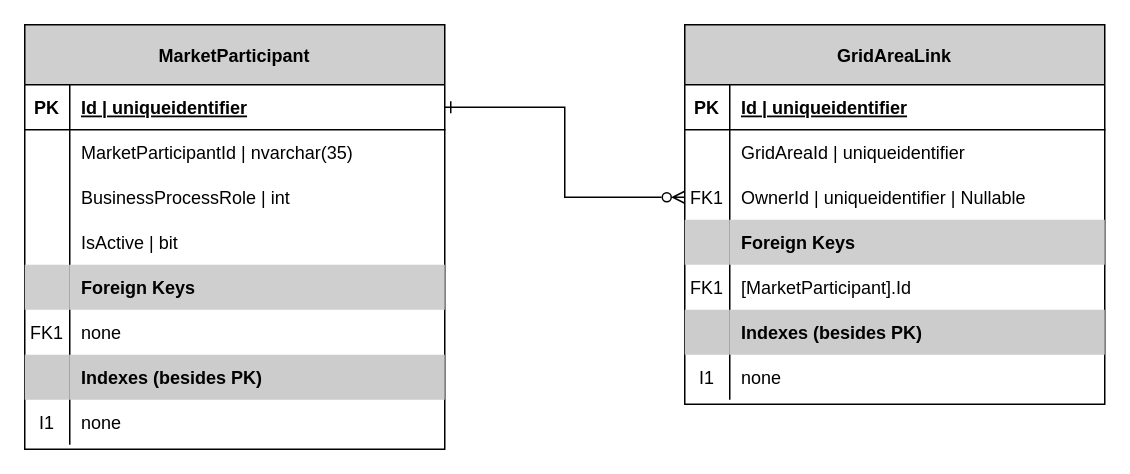
This is docs/data-models/MarketParticipant_GridAreaLink_DataModel.drawio from Energinet-DataHub/ARCHIVED-geh-charges, a draw.io file, before an edit. Source tidied: cells renumbered, new cells numbered last; positions are measured from the earlier drawing's top-left corner, leaving out a move shared by most shapes. Both pictures are drawn from the tidied source at 150%, with x=0, y=0 at pixel (24, 24).
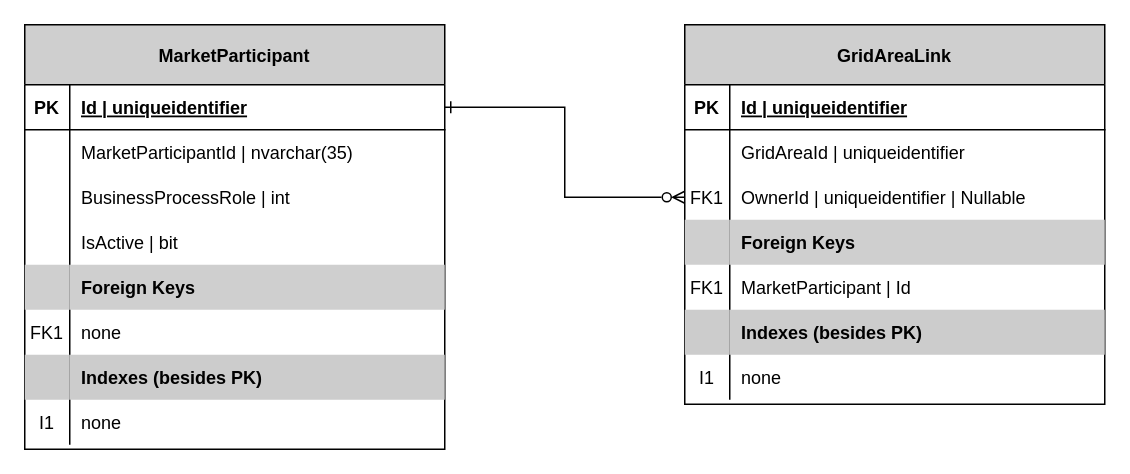
The same diagram, later.

The change refers to these unchanged cells:
```xml
<mxCell id="15" style="shape=partialRectangle;fillColor=none;top=0;left=0;bottom=0;right=0;" parent="2" vertex="1">
  <mxGeometry y="160" width="280" height="30" as="geometry" />
</mxCell>
```

What changed in the source:
```diff
@@
-    <mxCell id="17" value="[MarketParticipant].Id" style="shape=partialRectangle;fillColor=none;top=0;left=0;bottom=0;right=0;align=left;spacingLeft=6;overflow=hidden;strokeColor=#82b366;" parent="15" vertex="1">
+    <mxCell id="17" value="MarketParticipant | Id" style="shape=partialRectangle;fillColor=none;top=0;left=0;bottom=0;right=0;align=left;spacingLeft=6;overflow=hidden;strokeColor=#82b366;" parent="15" vertex="1">
       <mxGeometry x="30" width="250" height="30" as="geometry" />
     </mxCell>
```
